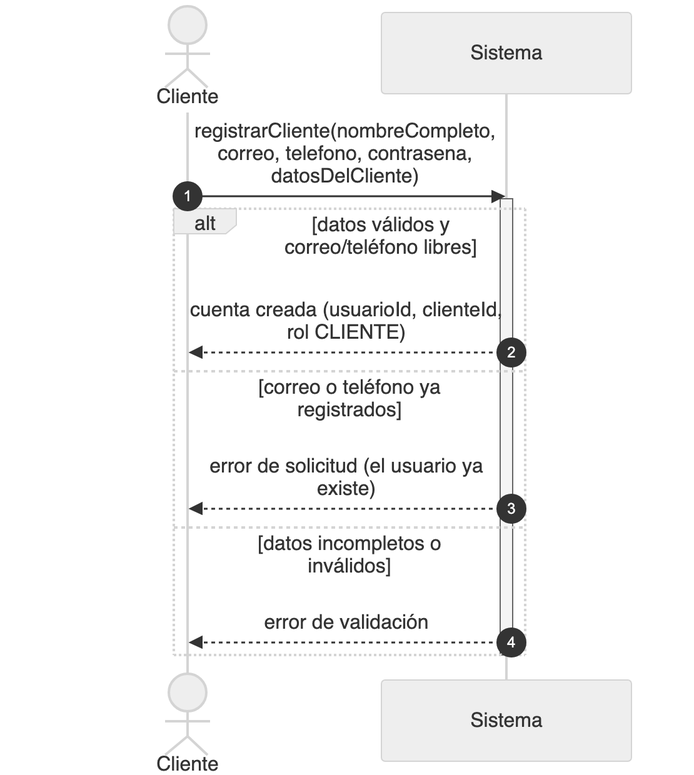
Before: diagramas/png/DSS_CU-002_Registrarse-Como-Cliente.png, a diagram exported from Mermaid (Nahuelito-Dev/splg-docs). Its source is kept beside it as diagramas/DSS_CU-002_Registrarse-Como-Cliente.mmd. Its diagram source:
```mermaid
sequenceDiagram
    title DSS — CU-002 Registrarse Como Cliente
    autonumber
    actor CLI as Cliente
    participant SIS as Sistema

    CLI->>SIS: registrarse(nombreCompleto, correo, telefono, contrasena, datosDelCliente)
    activate SIS
    alt datos válidos y correo y teléfono libres
        SIS-->>CLI: cuenta creada (usuarioId, perfil de cliente, rol CLIENTE)
    else correo o teléfono ya registrados
        SIS-->>CLI: conflicto (el correo o el teléfono ya están en uso)
    else datos incompletos o con formato inválido
        SIS-->>CLI: error de validación indicando el campo
    else demasiadas altas seguidas desde el mismo origen
        SIS-->>CLI: demasiadas solicitudes (reintentar en un minuto)
    end
    deactivate SIS
```
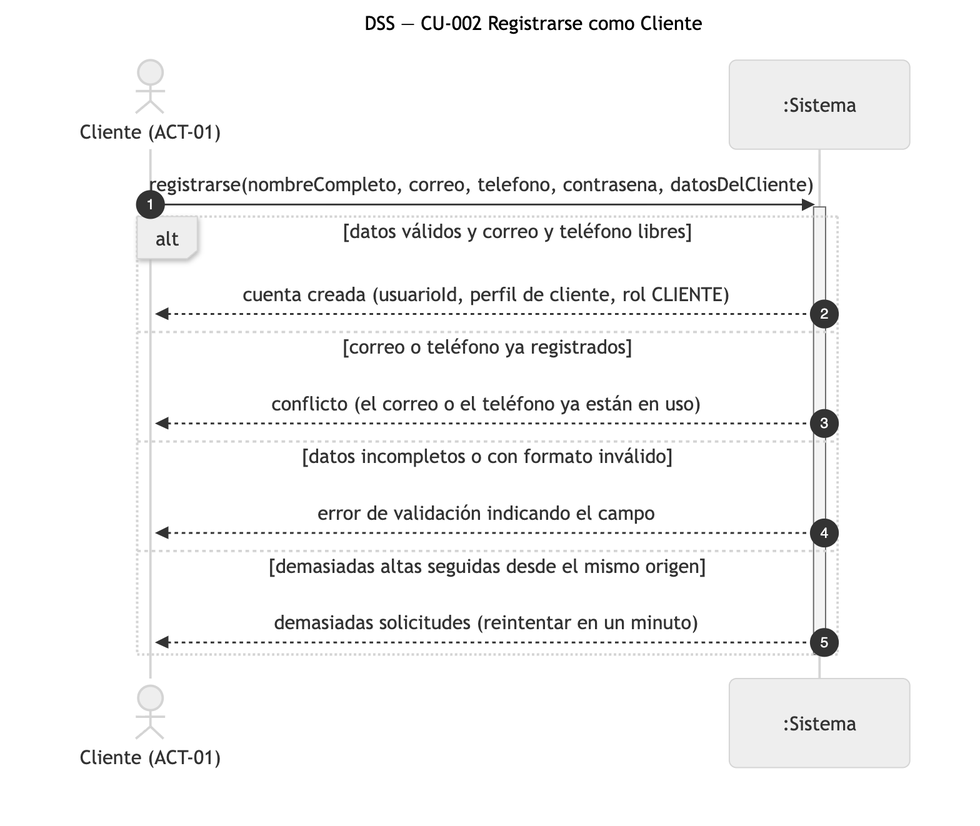
After the commit.

Change to the diagram source:
```diff
@@ -1,8 +1,8 @@
 sequenceDiagram
-    title DSS — CU-002 Registrarse Como Cliente
+    title DSS — CU-002 Registrarse como Cliente
     autonumber
-    actor CLI as Cliente
-    participant SIS as Sistema
+    actor CLI as Cliente (ACT-01)
+    participant SIS as :Sistema
 
     CLI->>SIS: registrarse(nombreCompleto, correo, telefono, contrasena, datosDelCliente)
     activate SIS
```
